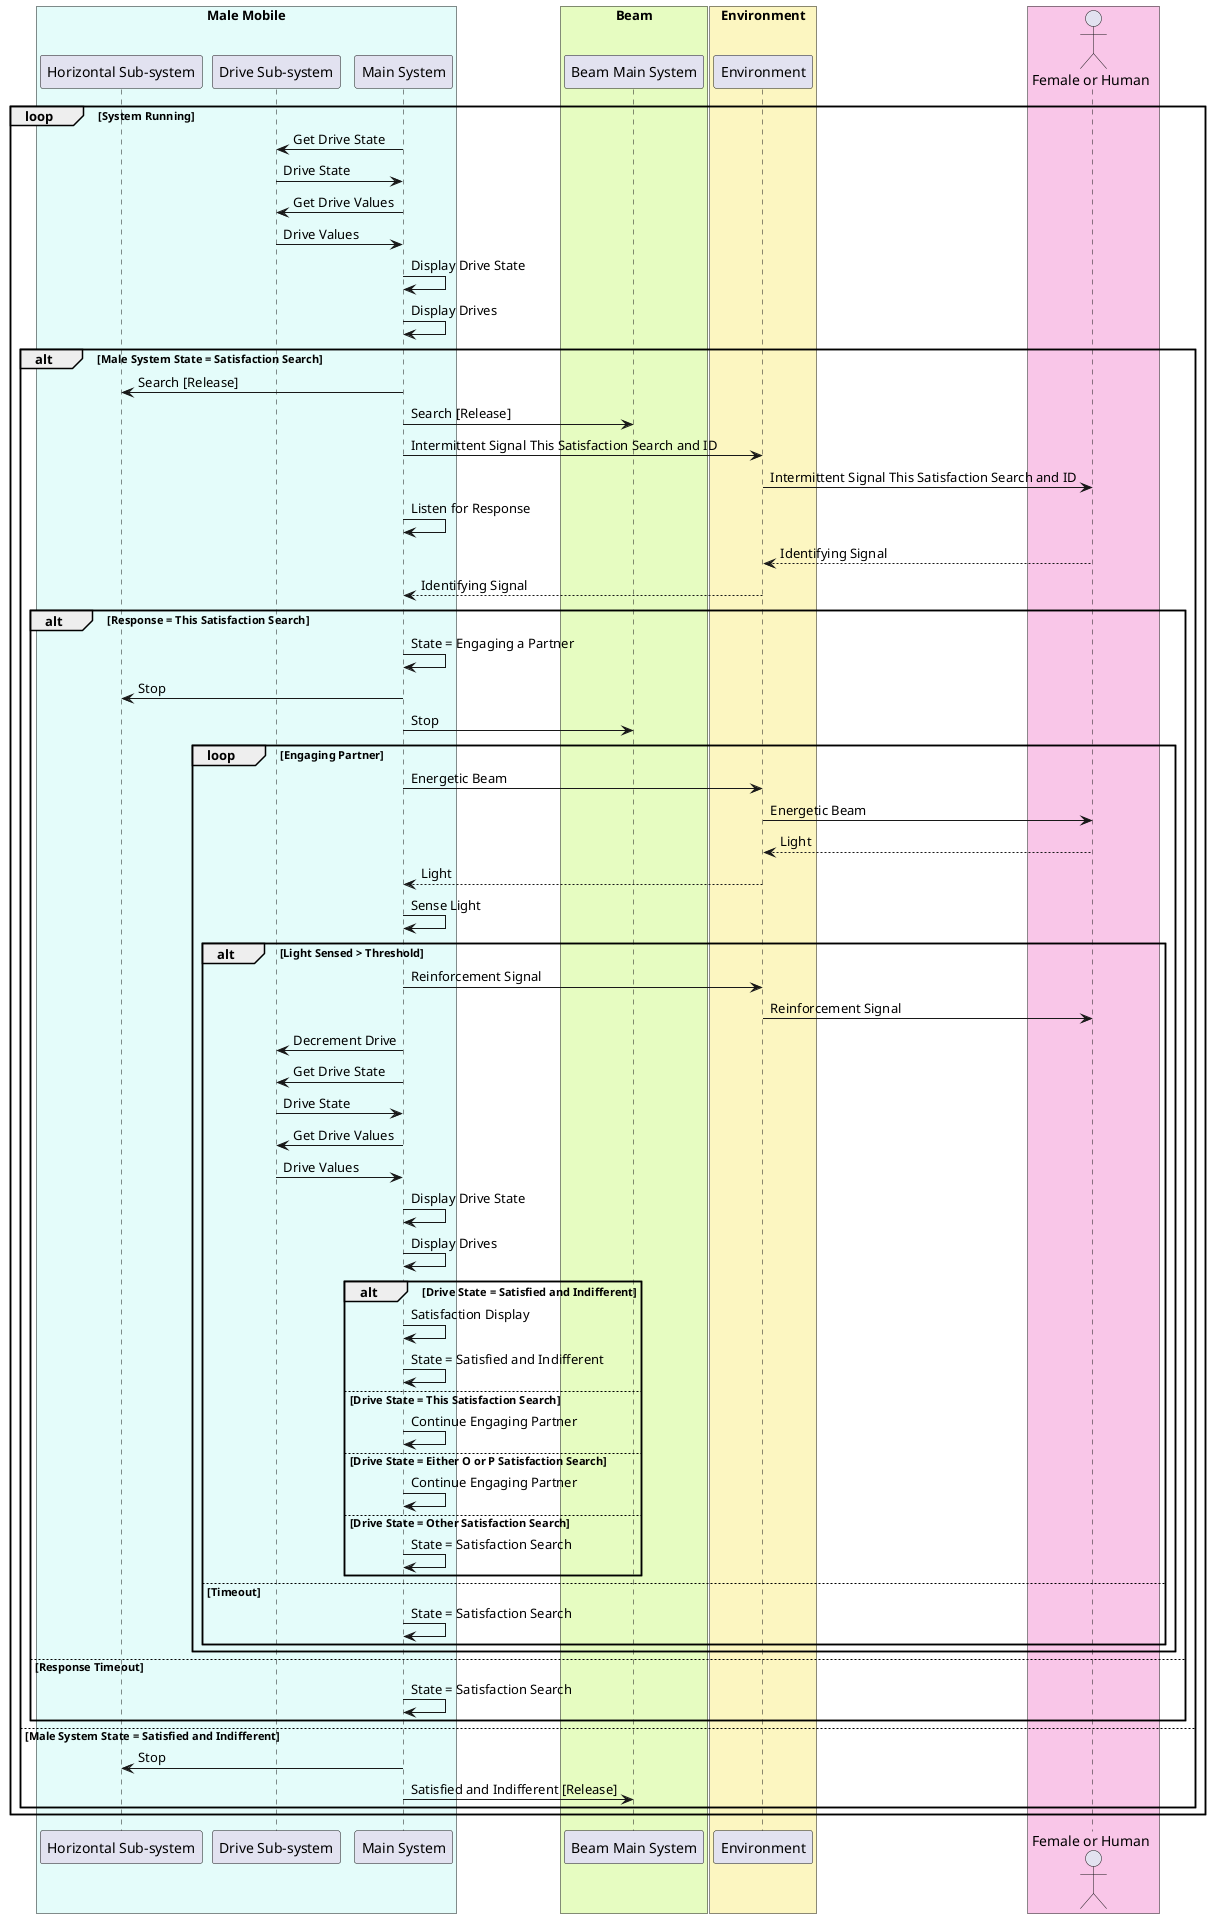
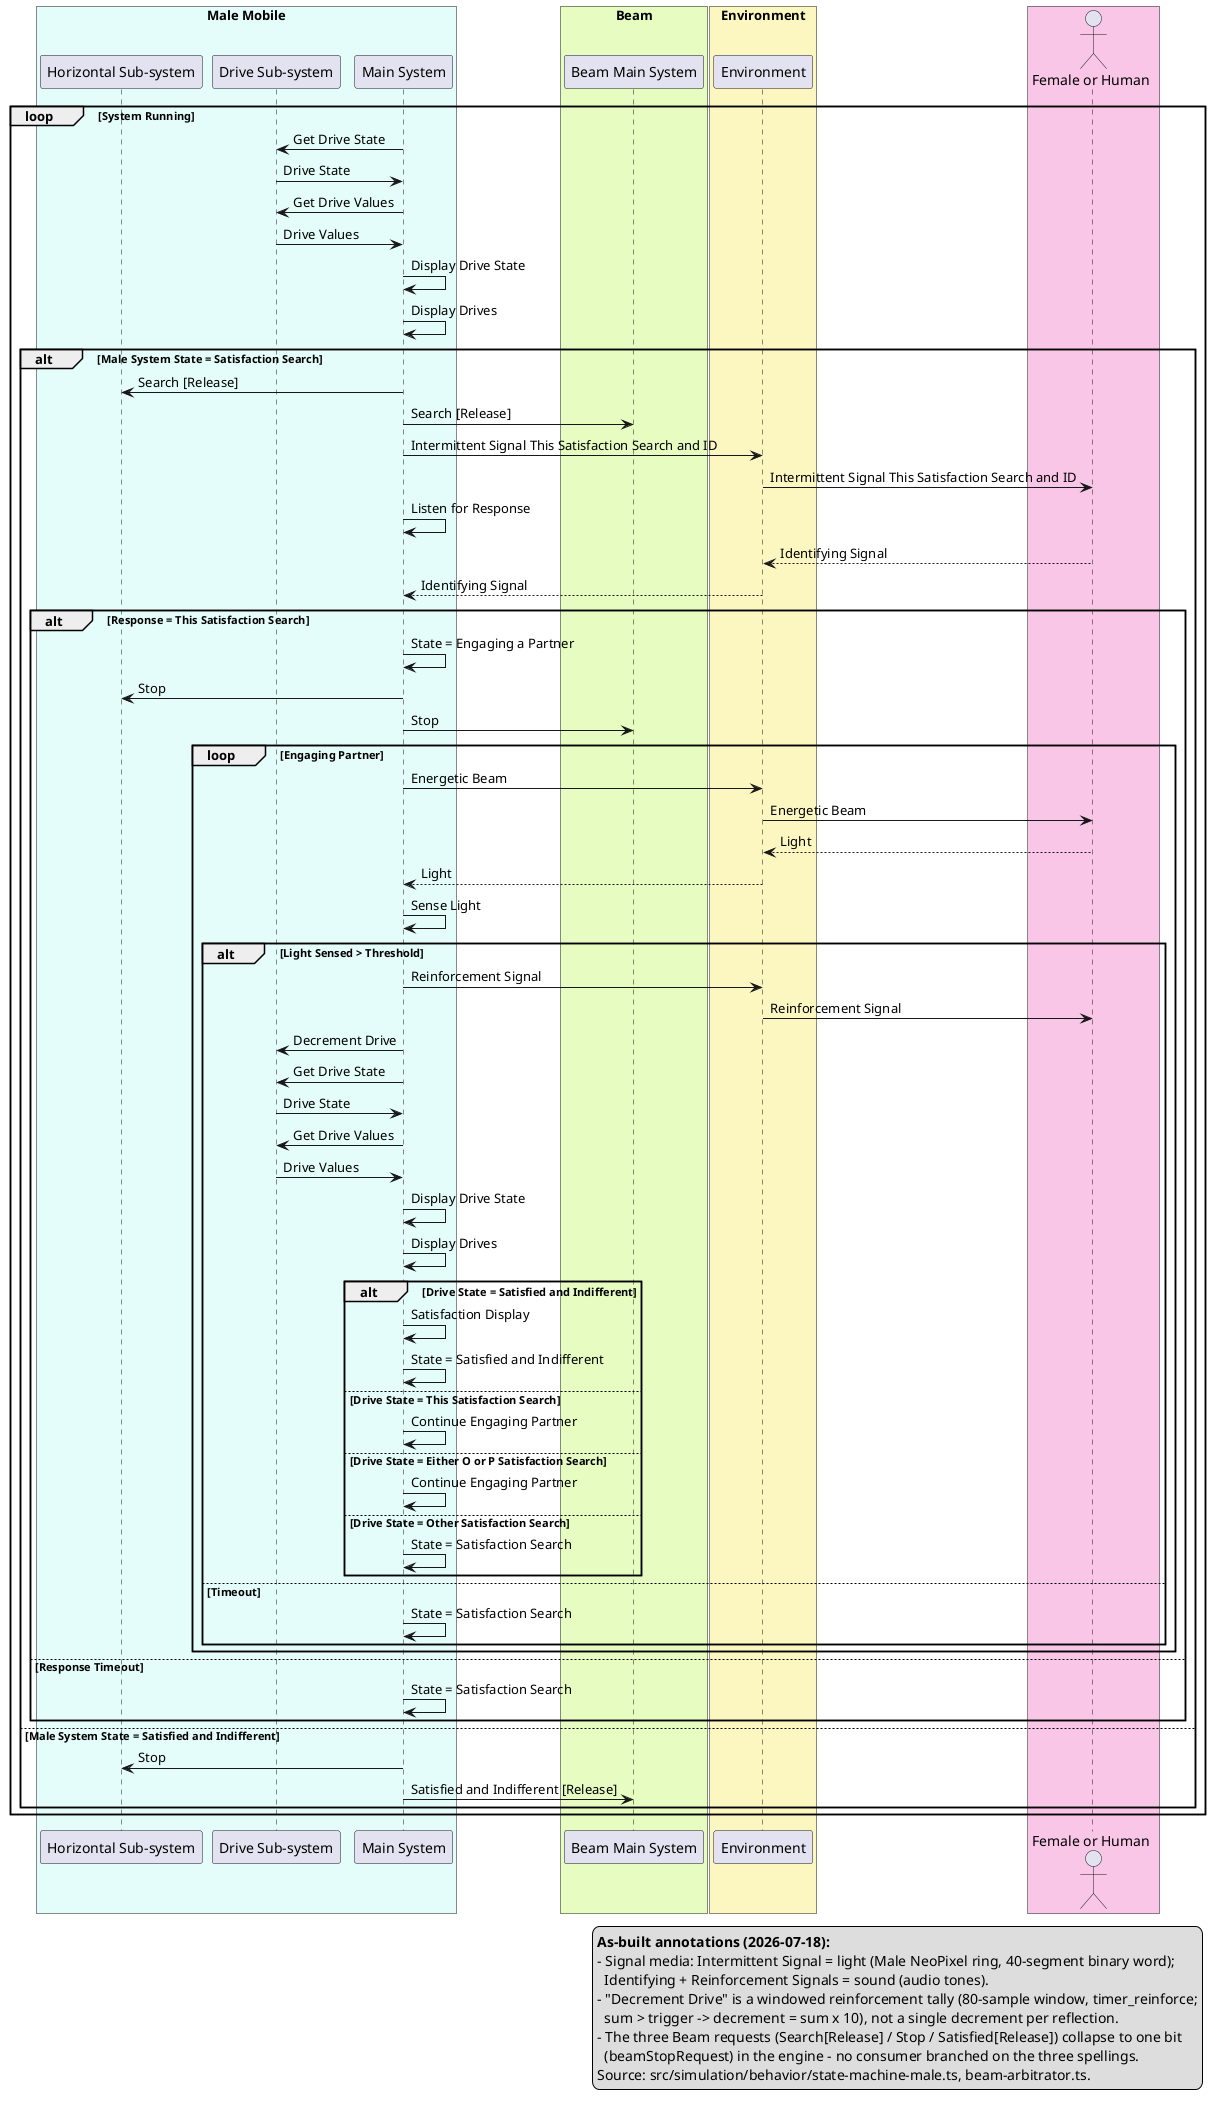
@startuml

box "Male Mobile" #e4fcfa
    participant "Horizontal Sub-system" as MaleHorizontalSubsystem
    participant "Drive Sub-system" as MaleDriveSubsystem
    participant "Main System" as MaleSystem
end box

' The system from which the male hangs, it rotates and oscillates
' It will stop when the Male with the greatest drive requests it
box "Beam" #e6fcc1
    participant "Beam Main System" as Beam
end box

box "Environment" #fcf6c1
    participant "Environment" as Environment
end box

box #f9c6e8
    Actor "Female or Human" as Actor
end box

' Agent's behavior based on state managed by Male System
loop System Running

    MaleSystem -> MaleDriveSubsystem : Get Drive State
    MaleDriveSubsystem -> MaleSystem : Drive State
    MaleSystem -> MaleDriveSubsystem : Get Drive Values
    MaleDriveSubsystem -> MaleSystem : Drive Values

    MaleSystem -> MaleSystem : Display Drive State
    MaleSystem -> MaleSystem : Display Drives

    alt Male System State = Satisfaction Search
        MaleSystem -> MaleHorizontalSubsystem : Search [Release]
        MaleSystem -> Beam : Search [Release]
        MaleSystem -> Environment : Intermittent Signal This Satisfaction Search and ID
        Environment -> Actor : Intermittent Signal This Satisfaction Search and ID
        MaleSystem -> MaleSystem : Listen for Response
        Actor --> Environment : Identifying Signal
        Environment --> MaleSystem : Identifying Signal

        alt Response = This Satisfaction Search
            MaleSystem -> MaleSystem : State = Engaging a Partner
            MaleSystem -> MaleHorizontalSubsystem : Stop
            MaleSystem -> Beam : Stop
            loop Engaging Partner
                MaleSystem -> Environment : Energetic Beam
                Environment -> Actor : Energetic Beam
                Actor --> Environment : Light
                Environment --> MaleSystem : Light
                MaleSystem -> MaleSystem : Sense Light
                alt Light Sensed > Threshold
                    MaleSystem -> Environment : Reinforcement Signal
                    Environment -> Actor : Reinforcement Signal
                    MaleSystem -> MaleDriveSubsystem : Decrement Drive
                    MaleSystem -> MaleDriveSubsystem : Get Drive State
                    MaleDriveSubsystem -> MaleSystem : Drive State
                    MaleSystem -> MaleDriveSubsystem : Get Drive Values
                    MaleDriveSubsystem -> MaleSystem : Drive Values
                    MaleSystem -> MaleSystem : Display Drive State
                    MaleSystem -> MaleSystem : Display Drives
                    alt Drive State = Satisfied and Indifferent
                        MaleSystem -> MaleSystem : Satisfaction Display
                        MaleSystem -> MaleSystem : State = Satisfied and Indifferent
                    else Drive State = This Satisfaction Search
                        MaleSystem -> MaleSystem : Continue Engaging Partner
                    else Drive State = Either O or P Satisfaction Search
                        MaleSystem -> MaleSystem : Continue Engaging Partner
                    else Drive State = Other Satisfaction Search
                        MaleSystem -> MaleSystem : State = Satisfaction Search
                    end
                else Timeout
                    MaleSystem -> MaleSystem : State = Satisfaction Search
                end
            end
        else Response Timeout
            MaleSystem -> MaleSystem : State = Satisfaction Search
        end
    else Male System State = Satisfied and Indifferent
        MaleSystem -> MaleHorizontalSubsystem : Stop
        MaleSystem -> Beam : Satisfied and Indifferent [Release]
    end
end

+ legend right
+   <b>As-built annotations (2026-07-18):</b>
+   - Signal media: Intermittent Signal = light (Male NeoPixel ring, 40-segment binary word);
+     Identifying + Reinforcement Signals = sound (audio tones).
+   - "Decrement Drive" is a windowed reinforcement tally (80-sample window, timer_reinforce;
+     sum > trigger -> decrement = sum x 10), not a single decrement per reflection.
+   - The three Beam requests (Search[Release] / Stop / Satisfied[Release]) collapse to one bit
+     (beamStopRequest) in the engine - no consumer branched on the three spellings.
+   Source: src/simulation/behavior/state-machine-male.ts, beam-arbitrator.ts.
+ endlegend
+ 
@enduml